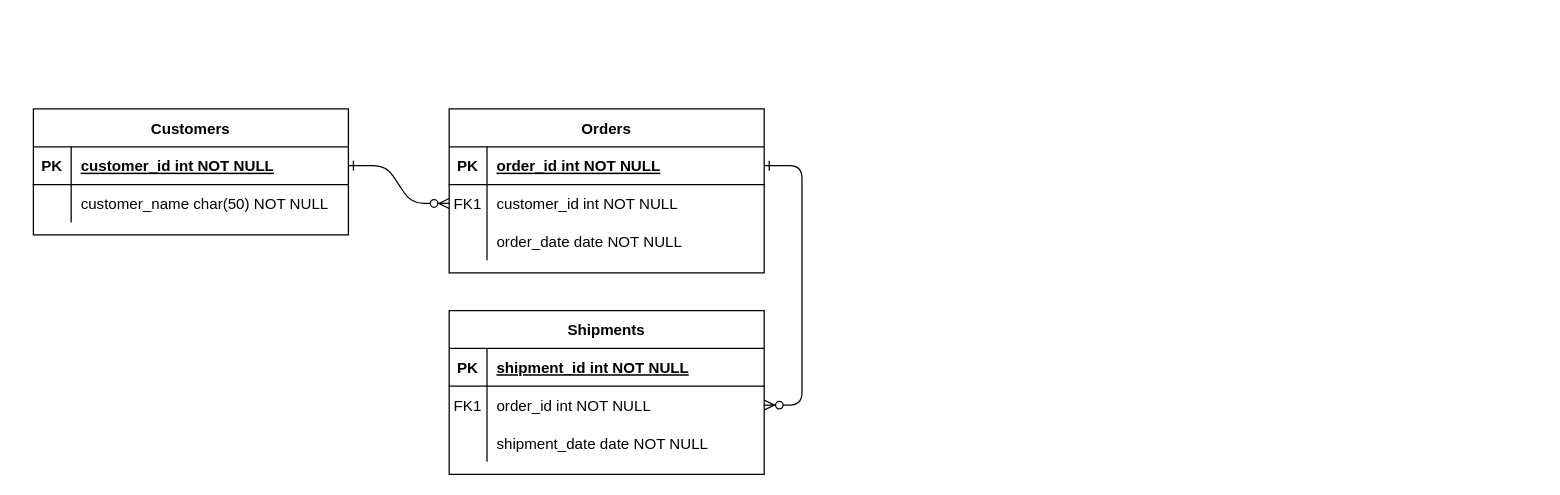
The draw.io diagram EntitySchema.drawio in PovarIsSFEDU/rstart-web, before the edit. Source tidied: cells renumbered, new cells numbered last; positions are measured from the earlier drawing's top-left corner, leaving out a move shared by most shapes. Both pictures are drawn from the tidied source at 126%, with x=0, y=0 at pixel (33, 108).
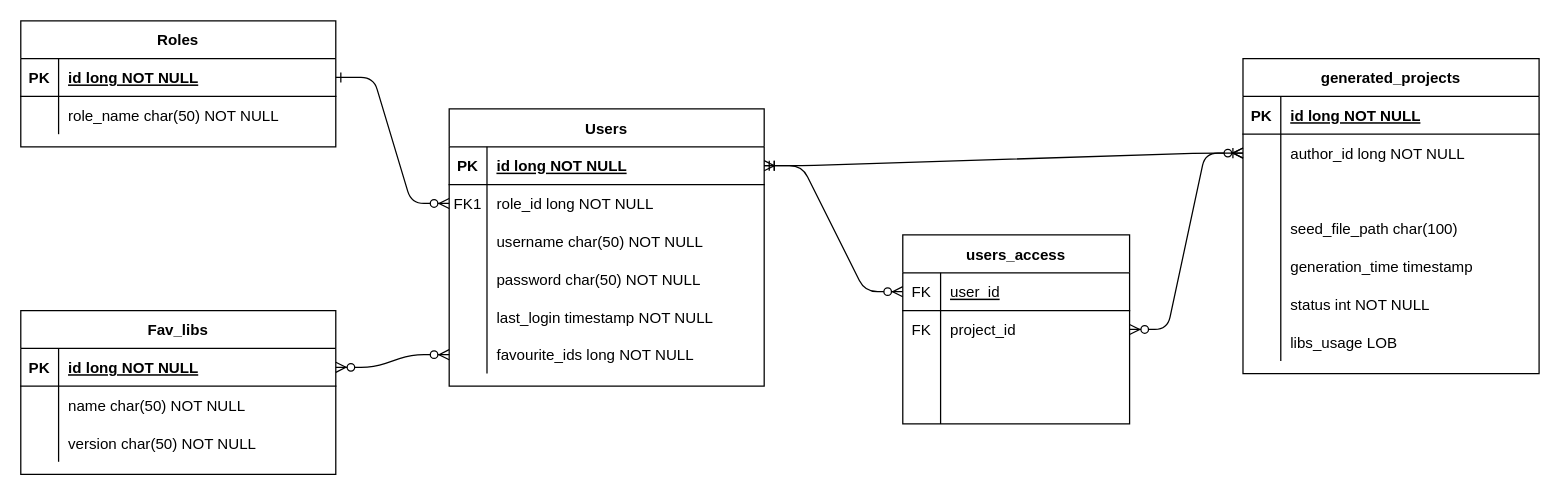
Above is the later version.

Unchanged cells that the change refers to:
```xml
<mxCell id="5" style="shape=partialRectangle;fillColor=none;points=[[0,0.5],[1,0.5]];portConstraint=eastwest;top=0;left=0;right=0;bottom=1;" parent="4" vertex="1">
  <mxGeometry y="30" width="250" height="30" as="geometry" />
</mxCell>
<mxCell id="8" style="shape=partialRectangle;fillColor=none;points=[[0,0.5],[1,0.5]];portConstraint=eastwest;top=0;left=0;right=0;bottom=0;" parent="4" vertex="1">
  <mxGeometry y="60" width="250" height="30" as="geometry" />
</mxCell>
<mxCell id="11" style="shape=partialRectangle;fillColor=none;top=0;left=0;right=0;bottom=0;" parent="4" vertex="1">
  <mxGeometry y="90" width="250" height="30" as="geometry" />
</mxCell>
<mxCell id="25" style="shape=partialRectangle;fillColor=none;points=[[0,0.5],[1,0.5]];portConstraint=eastwest;top=0;left=0;right=0;bottom=1;" parent="24" vertex="1">
  <mxGeometry y="30" width="250" height="30" as="geometry" />
</mxCell>
<mxCell id="28" style="shape=partialRectangle;fillColor=none;top=0;left=0;right=0;bottom=0;" parent="24" vertex="1">
  <mxGeometry y="60" width="250" height="30" as="geometry" />
</mxCell>
```

The edit, as a diff of the source:
```diff
@@
-    <mxCell id="3" style="edgeStyle=entityRelationEdgeStyle;endArrow=ERzeroToMany;startArrow=ERone;endFill=1;startFill=0;" parent="1" edge="1" source="5" target="18">
-      <mxGeometry relative="1" as="geometry" />
-    </mxCell>
-    <mxCell id="4" value="Orders" style="shape=table;startSize=30;childLayout=tableLayout;rowLines=0;fontStyle=1;align=center;" parent="1" vertex="1">
-      <mxGeometry x="330" width="250" height="130" as="geometry" />
+    <mxCell id="4" value="Users" style="shape=table;startSize=30;childLayout=tableLayout;rowLines=0;fontStyle=1;align=center;" parent="1" vertex="1">
+      <mxGeometry x="330" width="250" height="220" as="geometry" />
     </mxCell>
@@
-    <mxCell id="7" value="order_id int NOT NULL " style="shape=partialRectangle;overflow=hidden;fillColor=none;top=0;left=0;bottom=0;right=0;align=left;spacingLeft=6;fontStyle=5;" parent="5" vertex="1">
+    <mxCell id="7" value="id long NOT NULL" style="shape=partialRectangle;overflow=hidden;fillColor=none;top=0;left=0;bottom=0;right=0;align=left;spacingLeft=6;fontStyle=5;" parent="5" vertex="1">
       <mxGeometry x="30" width="220" height="30" as="geometry" />
     </mxCell>
@@
-    <mxCell id="10" value="customer_id int NOT NULL" style="shape=partialRectangle;overflow=hidden;fillColor=none;top=0;left=0;bottom=0;right=0;align=left;spacingLeft=6;" parent="8" vertex="1">
+    <mxCell id="10" value="role_id long NOT NULL" style="shape=partialRectangle;overflow=hidden;fillColor=none;top=0;left=0;bottom=0;right=0;align=left;spacingLeft=6;" parent="8" vertex="1">
       <mxGeometry x="30" width="220" height="30" as="geometry" />
     </mxCell>
@@
-    <mxCell id="13" value="order_date date NOT NULL" style="shape=partialRectangle;overflow=hidden;fillColor=none;top=0;left=0;bottom=0;right=0;align=left;spacingLeft=6;" parent="11" vertex="1">
+    <mxCell id="13" value="username char(50) NOT NULL" style="shape=partialRectangle;overflow=hidden;fillColor=none;top=0;left=0;bottom=0;right=0;align=left;spacingLeft=6;" parent="11" vertex="1">
       <mxGeometry x="30" width="220" height="30" as="geometry" />
     </mxCell>
-    <mxCell id="14" value="Shipments" style="shape=table;startSize=30;childLayout=tableLayout;rowLines=0;fontStyle=1;align=center;" parent="1" vertex="1">
-      <mxGeometry x="330" y="160" width="250" height="130" as="geometry" />
-    </mxCell>
-    <mxCell id="15" style="shape=partialRectangle;fillColor=none;points=[[0,0.5],[1,0.5]];portConstraint=eastwest;top=0;left=0;right=0;bottom=1;" parent="14" vertex="1">
-      <mxGeometry y="30" width="250" height="30" as="geometry" />
-    </mxCell>
-    <mxCell id="16" value="PK" style="shape=partialRectangle;overflow=hidden;fillColor=none;top=0;left=0;bottom=0;right=0;fontStyle=1;" parent="15" vertex="1">
-      <mxGeometry width="30" height="30" as="geometry" />
-    </mxCell>
-    <mxCell id="17" value="shipment_id int NOT NULL " style="shape=partialRectangle;overflow=hidden;fillColor=none;top=0;left=0;bottom=0;right=0;align=left;spacingLeft=6;fontStyle=5;" parent="15" vertex="1">
-      <mxGeometry x="30" width="220" height="30" as="geometry" />
-    </mxCell>
-    <mxCell id="18" style="shape=partialRectangle;fillColor=none;points=[[0,0.5],[1,0.5]];portConstraint=eastwest;top=0;left=0;right=0;bottom=0;" parent="14" vertex="1">
-      <mxGeometry y="60" width="250" height="30" as="geometry" />
-    </mxCell>
-    <mxCell id="19" value="FK1" style="shape=partialRectangle;overflow=hidden;fillColor=none;top=0;left=0;bottom=0;right=0;" parent="18" vertex="1">
-      <mxGeometry width="30" height="30" as="geometry" />
-    </mxCell>
-    <mxCell id="20" value="order_id int NOT NULL" style="shape=partialRectangle;overflow=hidden;fillColor=none;top=0;left=0;bottom=0;right=0;align=left;spacingLeft=6;" parent="18" vertex="1">
-      <mxGeometry x="30" width="220" height="30" as="geometry" />
-    </mxCell>
-    <mxCell id="21" style="shape=partialRectangle;fillColor=none;top=0;left=0;right=0;bottom=0;" parent="14" vertex="1">
-      <mxGeometry y="90" width="250" height="30" as="geometry" />
-    </mxCell>
-    <mxCell id="22" style="shape=partialRectangle;overflow=hidden;fillColor=none;top=0;left=0;bottom=0;right=0;" parent="21" vertex="1">
-      <mxGeometry width="30" height="30" as="geometry" />
-    </mxCell>
-    <mxCell id="23" value="shipment_date date NOT NULL" style="shape=partialRectangle;overflow=hidden;fillColor=none;top=0;left=0;bottom=0;right=0;align=left;spacingLeft=6;" parent="21" vertex="1">
-      <mxGeometry x="30" width="220" height="30" as="geometry" />
-    </mxCell>
+    <mxCell id="31" style="shape=partialRectangle;fillColor=none;top=0;left=0;right=0;bottom=0;" parent="4" vertex="1">
+      <mxGeometry y="120" width="250" height="30" as="geometry" />
+    </mxCell>
+    <mxCell id="32" style="shape=partialRectangle;overflow=hidden;fillColor=none;top=0;left=0;bottom=0;right=0;" parent="31" vertex="1">
+      <mxGeometry width="30" height="30" as="geometry" />
+    </mxCell>
+    <mxCell id="33" value="password char(50) NOT NULL" style="shape=partialRectangle;overflow=hidden;fillColor=none;top=0;left=0;bottom=0;right=0;align=left;spacingLeft=6;" parent="31" vertex="1">
+      <mxGeometry x="30" width="220" height="30" as="geometry" />
+    </mxCell>
+    <mxCell id="34" style="shape=partialRectangle;fillColor=none;top=0;left=0;right=0;bottom=0;" parent="4" vertex="1">
+      <mxGeometry y="150" width="250" height="30" as="geometry" />
+    </mxCell>
+    <mxCell id="35" style="shape=partialRectangle;overflow=hidden;fillColor=none;top=0;left=0;bottom=0;right=0;" parent="34" vertex="1">
+      <mxGeometry width="30" height="30" as="geometry" />
+    </mxCell>
+    <mxCell id="36" value="last_login timestamp NOT NULL" style="shape=partialRectangle;overflow=hidden;fillColor=none;top=0;left=0;bottom=0;right=0;align=left;spacingLeft=6;" parent="34" vertex="1">
+      <mxGeometry x="30" width="220" height="30" as="geometry" />
+    </mxCell>
+    <mxCell id="37" style="shape=partialRectangle;fillColor=none;points=[[0,0.5],[1,0.5]];portConstraint=eastwest;top=0;left=0;right=0;bottom=0;" parent="4" vertex="1">
+      <mxGeometry y="180" width="250" height="30" as="geometry" />
+    </mxCell>
+    <mxCell id="38" style="shape=partialRectangle;overflow=hidden;fillColor=none;top=0;left=0;bottom=0;right=0;" parent="37" vertex="1">
+      <mxGeometry width="30" height="30" as="geometry" />
+    </mxCell>
+    <mxCell id="39" value="favourite_ids long NOT NULL" style="shape=partialRectangle;overflow=hidden;fillColor=none;top=0;left=0;bottom=0;right=0;align=left;spacingLeft=6;" parent="37" vertex="1">
+      <mxGeometry x="30" width="220" height="30" as="geometry" />
+    </mxCell>
-    <mxCell id="24" value="Customers" style="shape=table;startSize=30;childLayout=tableLayout;rowLines=0;fontStyle=1;align=center;" parent="1" vertex="1">
-      <mxGeometry width="250" height="100" as="geometry" />
+    <mxCell id="24" value="Roles" style="shape=table;startSize=30;childLayout=tableLayout;rowLines=0;fontStyle=1;align=center;" parent="1" vertex="1">
+      <mxGeometry x="-10" y="-70" width="250" height="100" as="geometry" />
     </mxCell>
@@
-    <mxCell id="27" value="customer_id int NOT NULL " style="shape=partialRectangle;overflow=hidden;fillColor=none;top=0;left=0;bottom=0;right=0;align=left;spacingLeft=6;fontStyle=5;" parent="25" vertex="1">
+    <mxCell id="27" value="id long NOT NULL" style="shape=partialRectangle;overflow=hidden;fillColor=none;top=0;left=0;bottom=0;right=0;align=left;spacingLeft=6;fontStyle=5;" parent="25" vertex="1">
       <mxGeometry x="30" width="220" height="30" as="geometry" />
     </mxCell>
@@
-    <mxCell id="30" value="customer_name char(50) NOT NULL" style="shape=partialRectangle;overflow=hidden;fillColor=none;top=0;left=0;bottom=0;right=0;align=left;spacingLeft=6;" parent="28" vertex="1">
+    <mxCell id="30" value="role_name char(50) NOT NULL" style="shape=partialRectangle;overflow=hidden;fillColor=none;top=0;left=0;bottom=0;right=0;align=left;spacingLeft=6;" parent="28" vertex="1">
       <mxGeometry x="30" width="220" height="30" as="geometry" />
     </mxCell>
+    <mxCell id="40" style="edgeStyle=entityRelationEdgeStyle;fontSize=12;html=1;endArrow=ERzeroToMany;endFill=1;startArrow=ERzeroToMany;entryX=0;entryY=0.5;entryDx=0;entryDy=0;exitX=1;exitY=0.5;exitDx=0;exitDy=0;" parent="1" edge="1" source="15" target="37">
+      <mxGeometry relative="1" as="geometry" />
+    </mxCell>
+    <mxCell id="41" value="Fav_libs" style="shape=table;startSize=30;childLayout=tableLayout;rowLines=0;fontStyle=1;align=center;" parent="1" vertex="1">
+      <mxGeometry x="-10" y="160" width="250" height="130" as="geometry" />
+    </mxCell>
+    <mxCell id="15" style="shape=partialRectangle;fillColor=none;points=[[0,0.5],[1,0.5]];portConstraint=eastwest;top=0;left=0;right=0;bottom=1;" parent="41" vertex="1">
+      <mxGeometry y="30" width="250" height="30" as="geometry" />
+    </mxCell>
+    <mxCell id="16" value="PK" style="shape=partialRectangle;overflow=hidden;fillColor=none;top=0;left=0;bottom=0;right=0;fontStyle=1;" parent="15" vertex="1">
+      <mxGeometry width="30" height="30" as="geometry" />
+    </mxCell>
+    <mxCell id="42" value="id long NOT NULL" style="shape=partialRectangle;overflow=hidden;fillColor=none;top=0;left=0;bottom=0;right=0;align=left;spacingLeft=6;fontStyle=5;" parent="15" vertex="1">
+      <mxGeometry x="30" width="220" height="30" as="geometry" />
+    </mxCell>
+    <mxCell id="18" style="shape=partialRectangle;fillColor=none;points=[[0,0.5],[1,0.5]];portConstraint=eastwest;top=0;left=0;right=0;bottom=0;" parent="41" vertex="1">
+      <mxGeometry y="60" width="250" height="30" as="geometry" />
+    </mxCell>
+    <mxCell id="43" style="shape=partialRectangle;overflow=hidden;fillColor=none;top=0;left=0;bottom=0;right=0;" parent="18" vertex="1">
+      <mxGeometry width="30" height="30" as="geometry" />
+    </mxCell>
+    <mxCell id="44" value="name char(50) NOT NULL" style="shape=partialRectangle;overflow=hidden;fillColor=none;top=0;left=0;bottom=0;right=0;align=left;spacingLeft=6;" parent="18" vertex="1">
+      <mxGeometry x="30" width="220" height="30" as="geometry" />
+    </mxCell>
+    <mxCell id="21" style="shape=partialRectangle;fillColor=none;top=0;left=0;right=0;bottom=0;" parent="41" vertex="1">
+      <mxGeometry y="90" width="250" height="30" as="geometry" />
+    </mxCell>
+    <mxCell id="45" style="shape=partialRectangle;overflow=hidden;fillColor=none;top=0;left=0;bottom=0;right=0;" parent="21" vertex="1">
+      <mxGeometry width="30" height="30" as="geometry" />
+    </mxCell>
+    <mxCell id="46" value="version char(50) NOT NULL" style="shape=partialRectangle;overflow=hidden;fillColor=none;top=0;left=0;bottom=0;right=0;align=left;spacingLeft=6;" parent="21" vertex="1">
+      <mxGeometry x="30" width="220" height="30" as="geometry" />
+    </mxCell>
+    <mxCell id="47" value="generated_projects" style="shape=table;startSize=30;childLayout=tableLayout;rowLines=0;fontStyle=1;align=center;" parent="1" vertex="1">
+      <mxGeometry x="960" y="-40" width="235" height="250" as="geometry" />
+    </mxCell>
+    <mxCell id="48" style="shape=tableRow;horizontal=0;startSize=0;swimlaneHead=0;swimlaneBody=0;fillColor=none;top=0;left=0;right=0;bottom=1;" parent="47" vertex="1">
+      <mxGeometry y="30" width="235" height="30" as="geometry" />
+    </mxCell>
+    <mxCell id="49" value="PK" style="shape=partialRectangle;fillColor=none;top=0;left=0;bottom=0;right=0;fontStyle=1;overflow=hidden;" parent="48" vertex="1">
+      <mxGeometry width="30" height="30" as="geometry" />
+    </mxCell>
+    <mxCell id="50" value="id long NOT NULL" style="shape=partialRectangle;fillColor=none;top=0;left=0;bottom=0;right=0;align=left;spacingLeft=6;fontStyle=5;overflow=hidden;" parent="48" vertex="1">
+      <mxGeometry x="30" width="205" height="30" as="geometry" />
+    </mxCell>
+    <mxCell id="51" style="shape=tableRow;horizontal=0;startSize=0;swimlaneHead=0;swimlaneBody=0;fillColor=none;points=[[0,0.5],[1,0.5]];portConstraint=eastwest;top=0;left=0;right=0;bottom=0;" parent="47" vertex="1">
+      <mxGeometry y="60" width="235" height="30" as="geometry" />
+    </mxCell>
+    <mxCell id="52" style="shape=partialRectangle;fillColor=none;top=0;left=0;bottom=0;right=0;overflow=hidden;" parent="51" vertex="1">
+      <mxGeometry width="30" height="30" as="geometry" />
+    </mxCell>
+    <mxCell id="53" value="author_id long NOT NULL" style="shape=partialRectangle;fillColor=none;top=0;left=0;bottom=0;right=0;align=left;spacingLeft=6;overflow=hidden;" parent="51" vertex="1">
+      <mxGeometry x="30" width="205" height="30" as="geometry" />
+    </mxCell>
+    <mxCell id="54" style="shape=tableRow;horizontal=0;startSize=0;swimlaneHead=0;swimlaneBody=0;fillColor=none;top=0;left=0;right=0;bottom=0;" parent="47" vertex="1">
+      <mxGeometry y="90" width="235" height="30" as="geometry" />
+    </mxCell>
+    <mxCell id="55" style="shape=partialRectangle;fillColor=none;top=0;left=0;bottom=0;right=0;overflow=hidden;" parent="54" vertex="1">
+      <mxGeometry width="30" height="30" as="geometry" />
+    </mxCell>
+    <mxCell id="56" style="shape=partialRectangle;fillColor=none;top=0;left=0;bottom=0;right=0;align=left;spacingLeft=6;overflow=hidden;" parent="54" vertex="1">
+      <mxGeometry x="30" width="205" height="30" as="geometry" />
+    </mxCell>
+    <mxCell id="57" style="shape=tableRow;horizontal=0;startSize=0;swimlaneHead=0;swimlaneBody=0;fillColor=none;top=0;left=0;right=0;bottom=0;" parent="47" vertex="1">
+      <mxGeometry y="120" width="235" height="30" as="geometry" />
+    </mxCell>
+    <mxCell id="58" style="shape=partialRectangle;fillColor=none;top=0;left=0;bottom=0;right=0;overflow=hidden;" parent="57" vertex="1">
+      <mxGeometry width="30" height="30" as="geometry" />
+    </mxCell>
+    <mxCell id="59" value="seed_file_path char(100)" style="shape=partialRectangle;fillColor=none;top=0;left=0;bottom=0;right=0;align=left;spacingLeft=6;overflow=hidden;" parent="57" vertex="1">
+      <mxGeometry x="30" width="205" height="30" as="geometry" />
+    </mxCell>
+    <mxCell id="60" style="shape=tableRow;horizontal=0;startSize=0;swimlaneHead=0;swimlaneBody=0;fillColor=none;top=0;left=0;right=0;bottom=0;" parent="47" vertex="1">
+      <mxGeometry y="150" width="235" height="30" as="geometry" />
+    </mxCell>
+    <mxCell id="61" style="shape=partialRectangle;fillColor=none;top=0;left=0;bottom=0;right=0;overflow=hidden;" parent="60" vertex="1">
+      <mxGeometry width="30" height="30" as="geometry" />
+    </mxCell>
+    <mxCell id="62" value="generation_time timestamp" style="shape=partialRectangle;fillColor=none;top=0;left=0;bottom=0;right=0;align=left;spacingLeft=6;overflow=hidden;" parent="60" vertex="1">
+      <mxGeometry x="30" width="205" height="30" as="geometry" />
+    </mxCell>
+    <mxCell id="63" style="shape=tableRow;horizontal=0;startSize=0;swimlaneHead=0;swimlaneBody=0;fillColor=none;top=0;left=0;right=0;bottom=0;" parent="47" vertex="1">
+      <mxGeometry y="180" width="235" height="30" as="geometry" />
+    </mxCell>
+    <mxCell id="64" style="shape=partialRectangle;fillColor=none;top=0;left=0;bottom=0;right=0;overflow=hidden;" parent="63" vertex="1">
+      <mxGeometry width="30" height="30" as="geometry" />
+    </mxCell>
+    <mxCell id="65" value="status int NOT NULL" style="shape=partialRectangle;fillColor=none;top=0;left=0;bottom=0;right=0;align=left;spacingLeft=6;overflow=hidden;" parent="63" vertex="1">
+      <mxGeometry x="30" width="205" height="30" as="geometry" />
+    </mxCell>
+    <mxCell id="66" style="shape=tableRow;horizontal=0;startSize=0;swimlaneHead=0;swimlaneBody=0;fillColor=none;top=0;left=0;right=0;bottom=0;" parent="47" vertex="1">
+      <mxGeometry y="210" width="235" height="30" as="geometry" />
+    </mxCell>
+    <mxCell id="67" style="shape=partialRectangle;fillColor=none;top=0;left=0;bottom=0;right=0;overflow=hidden;" parent="66" vertex="1">
+      <mxGeometry width="30" height="30" as="geometry" />
+    </mxCell>
+    <mxCell id="68" value="libs_usage LOB" style="shape=partialRectangle;fillColor=none;top=0;left=0;bottom=0;right=0;align=left;spacingLeft=6;overflow=hidden;" parent="66" vertex="1">
+      <mxGeometry x="30" width="205" height="30" as="geometry" />
+    </mxCell>
+    <mxCell id="69" style="edgeStyle=entityRelationEdgeStyle;fontSize=12;html=1;endArrow=ERzeroToMany;startArrow=ERmandOne;exitX=1;exitY=0.5;exitDx=0;exitDy=0;entryX=0;entryY=0.5;entryDx=0;entryDy=0;" parent="1" edge="1" source="5" target="51">
+      <mxGeometry relative="1" as="geometry" />
+    </mxCell>
+    <mxCell id="70" value="users_access" style="shape=table;startSize=30;childLayout=tableLayout;rowLines=0;fontStyle=1;align=center;" parent="1" vertex="1">
+      <mxGeometry x="690" y="100" width="180" height="150" as="geometry" />
+    </mxCell>
+    <mxCell id="71" style="shape=tableRow;horizontal=0;startSize=0;swimlaneHead=0;swimlaneBody=0;fillColor=none;points=[[0,0.5],[1,0.5]];portConstraint=eastwest;top=0;left=0;right=0;bottom=1;" parent="70" vertex="1">
+      <mxGeometry y="30" width="180" height="30" as="geometry" />
+    </mxCell>
+    <mxCell id="72" value="FK" style="shape=partialRectangle;fillColor=none;top=0;left=0;bottom=0;right=0;fontStyle=0;overflow=hidden;" parent="71" vertex="1">
+      <mxGeometry width="30" height="30" as="geometry" />
+    </mxCell>
+    <mxCell id="73" value="user_id" style="shape=partialRectangle;fillColor=none;top=0;left=0;bottom=0;right=0;align=left;spacingLeft=6;fontStyle=4;overflow=hidden;" parent="71" vertex="1">
+      <mxGeometry x="30" width="150" height="30" as="geometry" />
+    </mxCell>
+    <mxCell id="74" style="shape=tableRow;horizontal=0;startSize=0;swimlaneHead=0;swimlaneBody=0;fillColor=none;points=[[0,0.5],[1,0.5]];portConstraint=eastwest;top=0;left=0;right=0;bottom=0;" parent="70" vertex="1">
+      <mxGeometry y="60" width="180" height="30" as="geometry" />
+    </mxCell>
+    <mxCell id="75" value="FK" style="shape=partialRectangle;fillColor=none;top=0;left=0;bottom=0;right=0;overflow=hidden;" parent="74" vertex="1">
+      <mxGeometry width="30" height="30" as="geometry" />
+    </mxCell>
+    <mxCell id="76" value="project_id" style="shape=partialRectangle;fillColor=none;top=0;left=0;bottom=0;right=0;align=left;spacingLeft=6;overflow=hidden;" parent="74" vertex="1">
+      <mxGeometry x="30" width="150" height="30" as="geometry" />
+    </mxCell>
+    <mxCell id="77" style="shape=tableRow;horizontal=0;startSize=0;swimlaneHead=0;swimlaneBody=0;fillColor=none;top=0;left=0;right=0;bottom=0;" parent="70" vertex="1">
+      <mxGeometry y="90" width="180" height="30" as="geometry" />
+    </mxCell>
+    <mxCell id="78" style="shape=partialRectangle;fillColor=none;top=0;left=0;bottom=0;right=0;overflow=hidden;" parent="77" vertex="1">
+      <mxGeometry width="30" height="30" as="geometry" />
+    </mxCell>
+    <mxCell id="79" style="shape=partialRectangle;fillColor=none;top=0;left=0;bottom=0;right=0;align=left;spacingLeft=6;overflow=hidden;" parent="77" vertex="1">
+      <mxGeometry x="30" width="150" height="30" as="geometry" />
+    </mxCell>
+    <mxCell id="80" style="shape=tableRow;horizontal=0;startSize=0;swimlaneHead=0;swimlaneBody=0;fillColor=none;top=0;left=0;right=0;bottom=0;" parent="70" vertex="1">
+      <mxGeometry y="120" width="180" height="30" as="geometry" />
+    </mxCell>
+    <mxCell id="81" style="shape=partialRectangle;fillColor=none;top=0;left=0;bottom=0;right=0;overflow=hidden;" parent="80" vertex="1">
+      <mxGeometry width="30" height="30" as="geometry" />
+    </mxCell>
+    <mxCell id="82" style="shape=partialRectangle;fillColor=none;top=0;left=0;bottom=0;right=0;align=left;spacingLeft=6;overflow=hidden;" parent="80" vertex="1">
+      <mxGeometry x="30" width="150" height="30" as="geometry" />
+    </mxCell>
+    <mxCell id="83" style="edgeStyle=entityRelationEdgeStyle;fontSize=12;html=1;endArrow=ERoneToMany;startArrow=ERzeroToMany;entryX=1;entryY=0.5;entryDx=0;entryDy=0;exitX=0;exitY=0.5;exitDx=0;exitDy=0;" parent="1" edge="1" source="71" target="5">
+      <mxGeometry relative="1" as="geometry" />
+    </mxCell>
+    <mxCell id="84" style="edgeStyle=entityRelationEdgeStyle;fontSize=12;html=1;endArrow=ERoneToMany;startArrow=ERzeroToMany;entryX=0;entryY=0.5;entryDx=0;entryDy=0;exitX=1;exitY=0.5;exitDx=0;exitDy=0;" parent="1" edge="1" source="74" target="51">
+      <mxGeometry relative="1" as="geometry" />
+    </mxCell>
```
